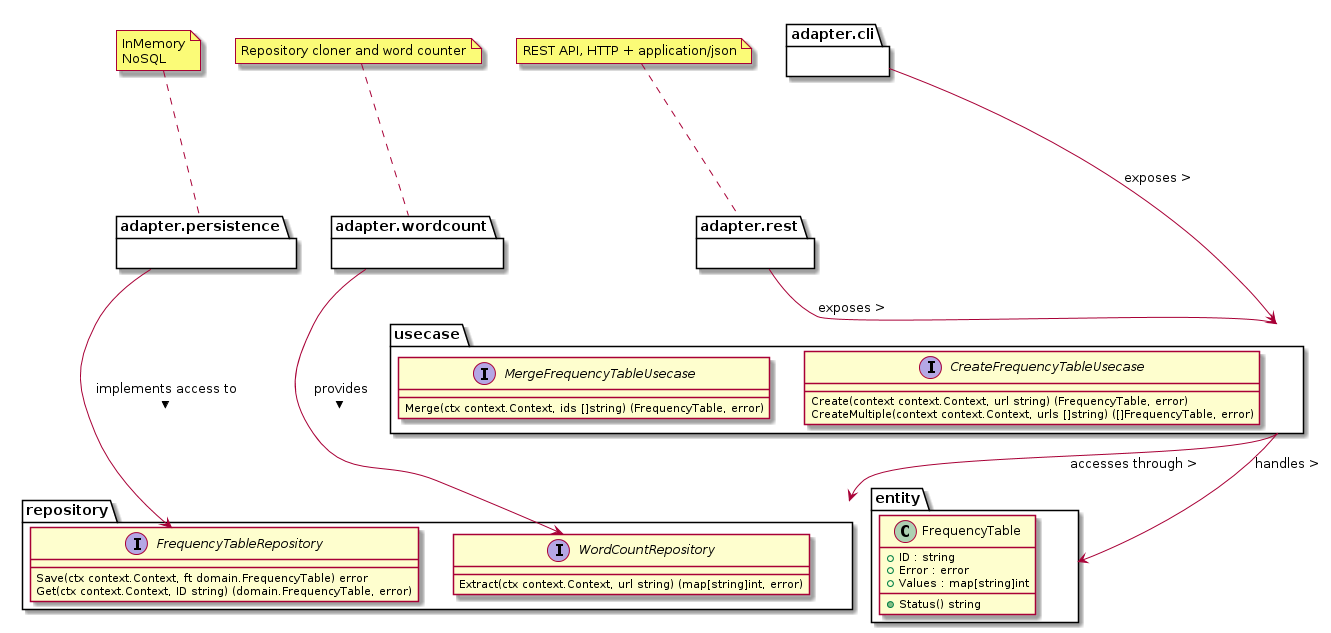
The PlantUML diagram doc/freqtable_class_diagram/image.png in eroatta/freqtable, before a commit. Source of this version:
```plantuml
@startuml Freqtable Class Diagram

together {
    package entity {
        class entity.FrequencyTable {
            + ID : string
            + Error : error
            + Values : map[string]int
            + Status() string
        }
    }

    package repository {
        interface repository.FrequencyTableRepository {
            Save(ctx context.Context, ft domain.FrequencyTable) error
            Get(ctx context.Context, ID string) (domain.FrequencyTable, error)
        }

        interface repository.WordCountRepository {
            Extract(ctx context.Context, url string) (map[string]int, error)
        }
    }
}

package usecase {
    interface usecase.CreateFrequencyTableUsecase {
        Create(context context.Context, url string) (FrequencyTable, error)
        CreateMultiple(context context.Context, urls []string) ([]FrequencyTable, error)
    }

    interface usecase.MergeFrequencyTableUsecase {
        Merge(ctx context.Context, ids []string) (FrequencyTable, error)
    }
}
usecase --> repository : accesses through >
usecase --> entity : handles >

together {
    package adapter.cli {}
    adapter.cli --> usecase : exposes >

    package adapter.rest {}
    note top of adapter.rest
    REST API, HTTP + application/json
    end note
    adapter.rest --> usecase : exposes >

    package adapter.persistence {}
    note top of adapter.persistence
    InMemory
    NoSQL
    end note
    adapter.persistence --> repository.FrequencyTableRepository : implements access to >

    package adapter.wordcount {}
    note top of adapter.wordcount
    Repository cloner and word counter
    end note
    adapter.wordcount --> repository.WordCountRepository : provides >
}

@enduml
```
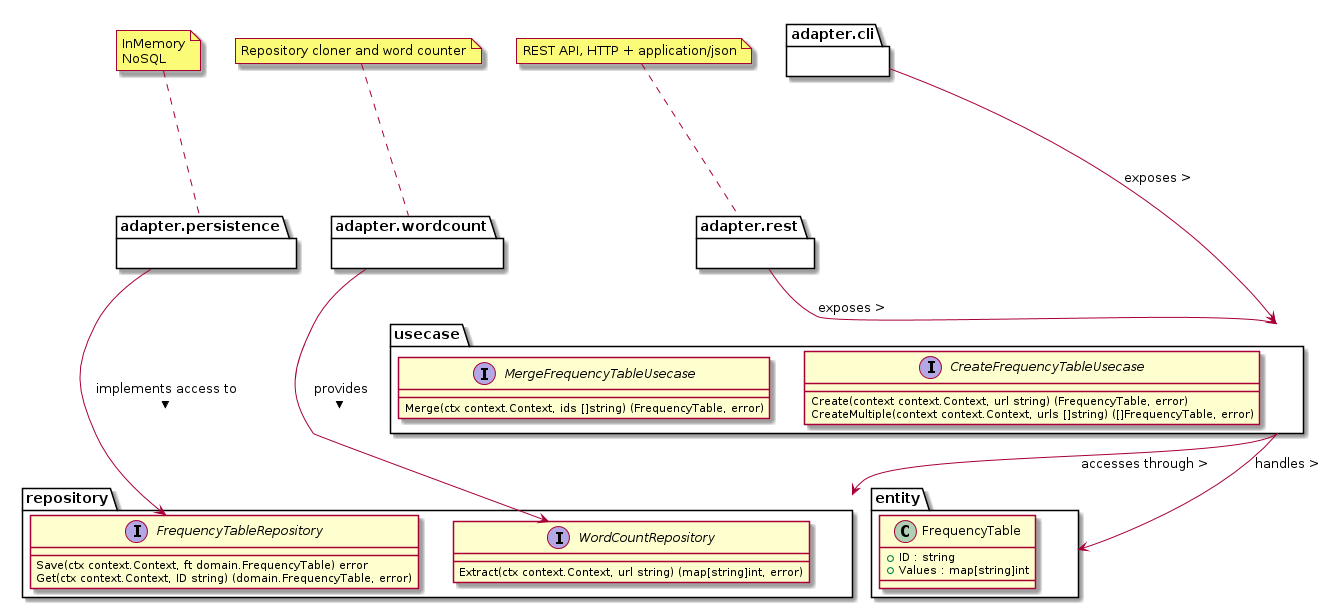
The same file after the commit.

Commit message:
removed error from FrequencyTable definition

Diff of the diagram source:
```diff
@@ -4,9 +4,7 @@
     package entity {
         class entity.FrequencyTable {
             + ID : string
-            + Error : error
             + Values : map[string]int
-            + Status() string
         }
     }
 
```
